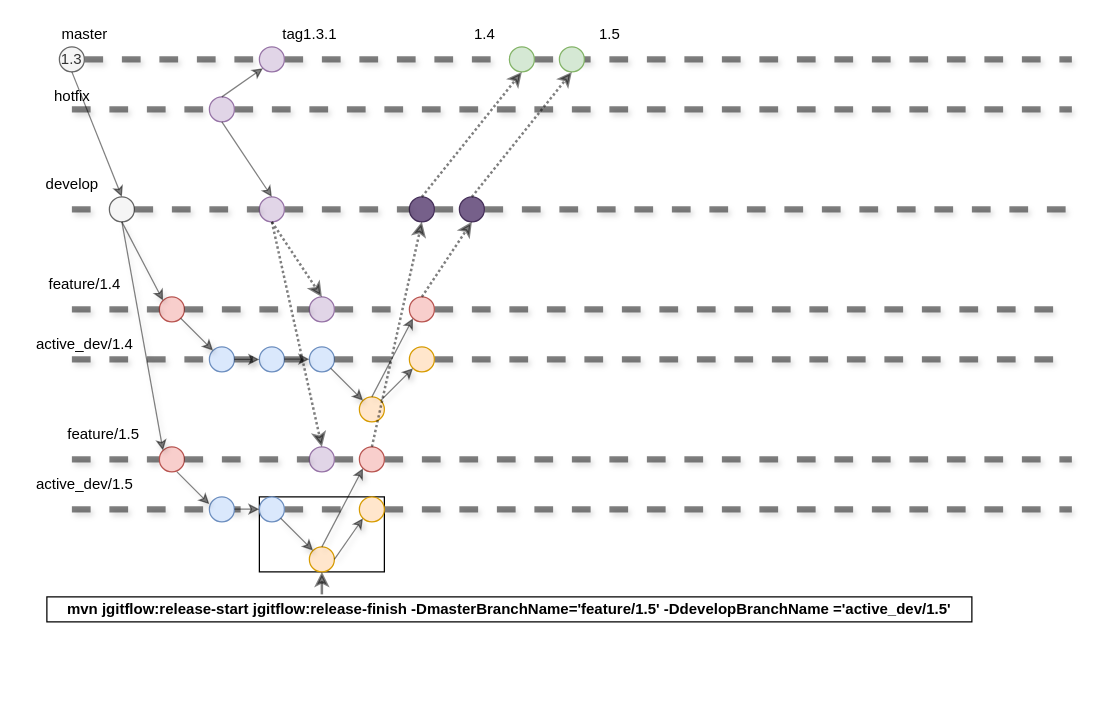
Before: page "Page-2" (2 of 2) of Untitled Diagram.drawio in anoyo-lin/domain-cdn-learning, a draw.io diagram. Source tidied: cells renumbered, new cells numbered last; positions are measured from the earlier drawing's top-left corner, leaving out a move shared by most shapes. Both pictures are drawn from the tidied source at 125%, with x=0, y=0 at pixel (28, 21).
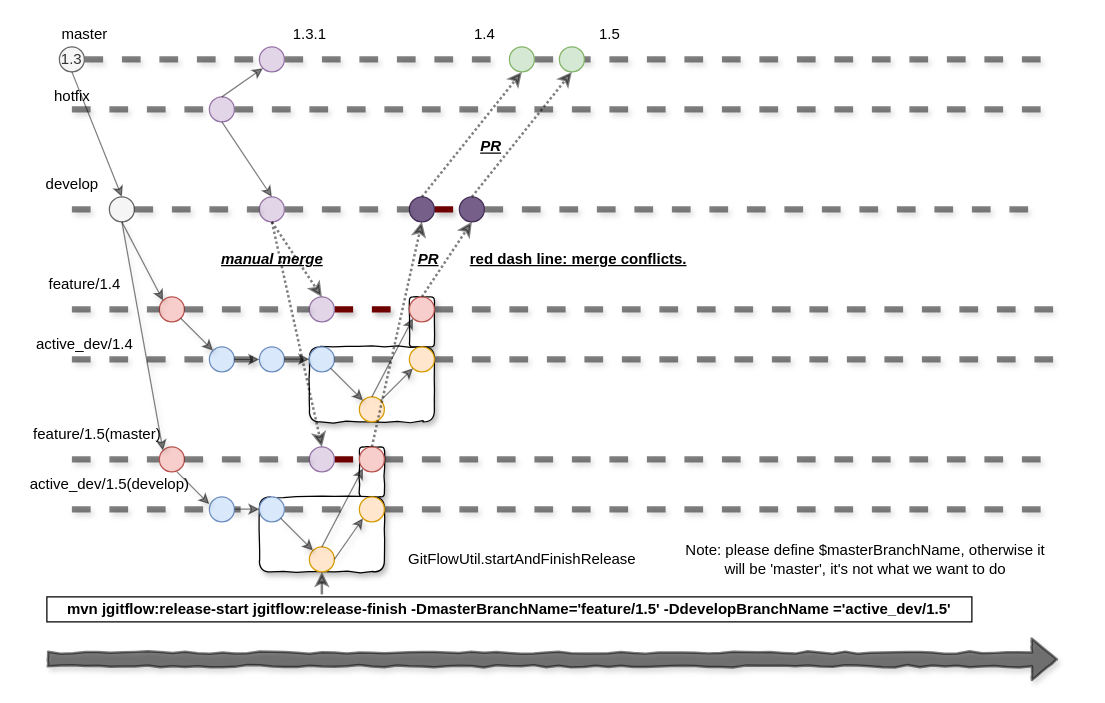
The same page after the edit.

Unchanged cells that the change refers to:
```xml
<mxCell id="30" style="ellipse;whiteSpace=wrap;html=1;fillColor=#ffe6cc;strokeColor=#d79b00;" parent="1" vertex="1">
  <mxGeometry x="265" y="380" width="20" height="20" as="geometry" />
</mxCell>
<mxCell id="31" style="ellipse;whiteSpace=wrap;html=1;fillColor=#f8cecc;strokeColor=#b85450;" parent="1" vertex="1">
  <mxGeometry x="265" y="340" width="20" height="20" as="geometry" />
</mxCell>
<mxCell id="35" style="ellipse;whiteSpace=wrap;html=1;fillColor=#f8cecc;strokeColor=#b85450;" parent="1" vertex="1">
  <mxGeometry x="305" y="220" width="20" height="20" as="geometry" />
</mxCell>
<mxCell id="37" style="ellipse;whiteSpace=wrap;html=1;fillColor=#76608a;strokeColor=#432D57;fontColor=#ffffff;" parent="1" vertex="1">
  <mxGeometry x="345" y="140" width="20" height="20" as="geometry" />
</mxCell>
<mxCell id="39" style="ellipse;whiteSpace=wrap;html=1;fillColor=#76608a;strokeColor=#432D57;fontColor=#ffffff;" parent="1" vertex="1">
  <mxGeometry x="305" y="140" width="20" height="20" as="geometry" />
</mxCell>
<mxCell id="41" style="ellipse;whiteSpace=wrap;html=1;fillColor=#d5e8d4;strokeColor=#82b366;" parent="1" vertex="1">
  <mxGeometry x="385" y="20" width="20" height="20" as="geometry" />
</mxCell>
<mxCell id="43" style="ellipse;whiteSpace=wrap;html=1;fillColor=#e1d5e7;strokeColor=#9673a6;" parent="1" vertex="1">
  <mxGeometry x="145" y="60" width="20" height="20" as="geometry" />
</mxCell>
<mxCell id="60" style="ellipse;whiteSpace=wrap;html=1;fillColor=#e1d5e7;strokeColor=#9673a6;" parent="1" vertex="1">
  <mxGeometry x="185" y="140" width="20" height="20" as="geometry" />
</mxCell>
<mxCell id="79" style="ellipse;whiteSpace=wrap;html=1;fillColor=#e1d5e7;strokeColor=#9673a6;" parent="1" vertex="1">
  <mxGeometry x="225" y="220" width="20" height="20" as="geometry" />
</mxCell>
<mxCell id="81" style="ellipse;whiteSpace=wrap;html=1;fillColor=#e1d5e7;strokeColor=#9673a6;" parent="1" vertex="1">
  <mxGeometry x="225" y="340" width="20" height="20" as="geometry" />
</mxCell>
```

What changed in the source:
```diff
@@
+    <mxCell id="89" style="group;" parent="1" vertex="1">
+      <mxGeometry x="185" y="340" width="100" height="100" as="geometry" />
+    </mxCell>
+    <mxCell id="90" style="rounded=1;whiteSpace=wrap;html=1;strokeColor=#000000;gradientColor=none;comic=1;shadow=1;" parent="89" vertex="1">
+      <mxGeometry x="80" width="20" height="40" as="geometry" />
+    </mxCell>
-    <mxCell id="2" style="rounded=0;whiteSpace=wrap;html=1;gradientColor=none;" parent="1" vertex="1">
-      <mxGeometry x="185" y="380" width="100" height="60" as="geometry" />
+    <mxCell id="2" style="rounded=1;whiteSpace=wrap;html=1;gradientColor=none;comic=1;shadow=1;" parent="89" vertex="1">
+      <mxGeometry y="40" width="100" height="60" as="geometry" />
     </mxCell>
+    <mxCell id="91" style="group;" parent="1" vertex="1">
+      <mxGeometry x="225" y="220" width="100" height="100" as="geometry" />
+    </mxCell>
+    <mxCell id="92" style="rounded=1;whiteSpace=wrap;html=1;strokeColor=#000000;gradientColor=none;comic=1;shadow=1;" parent="91" vertex="1">
+      <mxGeometry x="80" width="20" height="40" as="geometry" />
+    </mxCell>
+    <mxCell id="93" style="rounded=1;whiteSpace=wrap;html=1;gradientColor=none;comic=1;shadow=1;" parent="91" vertex="1">
+      <mxGeometry y="40" width="100" height="60" as="geometry" />
+    </mxCell>
@@
-    <mxCell id="5" style="endArrow=none;dashed=1;html=1;shadow=1;strokeWidth=5;opacity=50;" parent="1" edge="1" source="81" target="31">
+    <mxCell id="5" style="endArrow=none;dashed=1;html=1;shadow=1;strokeWidth=5;fillColor=#a20025;strokeColor=#6F0000;" parent="1" edge="1" source="81" target="31">
       <mxGeometry relative="1" as="geometry" />
     </mxCell>
     <mxCell id="6" style="endArrow=none;dashed=1;html=1;shadow=1;strokeWidth=5;opacity=50;" parent="1" edge="1" source="31">
       <mxGeometry relative="1" as="geometry">
-        <mxPoint x="835" y="350" as="targetPoint" />
+        <mxPoint x="825" y="350" as="targetPoint" />
       </mxGeometry>
     </mxCell>
     <mxCell id="7" style="endArrow=none;dashed=1;html=1;shadow=1;strokeWidth=5;opacity=50;" parent="1" edge="1" source="30">
       <mxGeometry relative="1" as="geometry">
-        <mxPoint x="835" y="390" as="targetPoint" />
+        <mxPoint x="825" y="390" as="targetPoint" />
       </mxGeometry>
     </mxCell>
@@
     <mxCell id="10" style="endArrow=none;dashed=1;html=1;shadow=1;strokeWidth=5;opacity=50;" parent="1" edge="1" source="41">
       <mxGeometry relative="1" as="geometry">
-        <mxPoint x="835" y="30" as="targetPoint" />
+        <mxPoint x="825" y="30" as="targetPoint" />
       </mxGeometry>
     </mxCell>
     <mxCell id="11" style="endArrow=none;dashed=1;html=1;shadow=1;strokeWidth=5;opacity=50;" parent="1" edge="1" source="43">
       <mxGeometry relative="1" as="geometry">
-        <mxPoint x="835" y="70" as="targetPoint" />
+        <mxPoint x="825" y="70" as="targetPoint" />
       </mxGeometry>
     </mxCell>
     <mxCell id="12" style="endArrow=none;dashed=1;html=1;shadow=1;strokeWidth=5;opacity=50;" parent="1" edge="1" source="37">
       <mxGeometry relative="1" as="geometry">
-        <mxPoint x="835" y="150" as="targetPoint" />
+        <mxPoint x="815" y="150" as="targetPoint" />
       </mxGeometry>
     </mxCell>
@@
-    <mxCell id="36" style="endArrow=none;dashed=1;html=1;shadow=1;strokeWidth=5;opacity=50;" parent="1" edge="1" source="79" target="35">
+    <mxCell id="36" style="endArrow=none;dashed=1;html=1;shadow=1;strokeWidth=5;fillColor=#a20025;strokeColor=#6F0000;" parent="1" edge="1" source="79" target="35">
       <mxGeometry relative="1" as="geometry" />
     </mxCell>
@@
-    <mxCell id="38" style="endArrow=none;dashed=1;html=1;shadow=1;strokeWidth=5;opacity=50;" parent="1" edge="1" source="39" target="37">
+    <mxCell id="38" style="endArrow=none;dashed=1;html=1;shadow=1;strokeWidth=5;fillColor=#a20025;strokeColor=#6F0000;" parent="1" edge="1" source="39" target="37">
       <mxGeometry relative="1" as="geometry" />
     </mxCell>
@@
-    <mxCell id="40" style="endArrow=none;dashed=1;html=1;shadow=1;strokeWidth=5;opacity=50;" parent="1" edge="1" source="60" target="39">
+    <mxCell id="40" style="endArrow=none;dashed=1;html=1;shadow=1;strokeWidth=5;fillColor=#a20025;strokeColor=#000000;opacity=50;" parent="1" edge="1" source="60" target="39">
       <mxGeometry relative="1" as="geometry" />
     </mxCell>
@@
-    <mxCell id="71" value="feature/1.5" style="text;html=1;align=center;verticalAlign=middle;" parent="1" vertex="1">
-      <mxGeometry x="25" y="320" width="70" height="20" as="geometry" />
+    <mxCell id="71" value="feature/1.5(master)" style="text;html=1;align=center;verticalAlign=middle;" parent="1" vertex="1">
+      <mxGeometry x="-5" y="320" width="120" height="20" as="geometry" />
     </mxCell>
-    <mxCell id="72" value="active_dev/1.5" style="text;html=1;align=center;verticalAlign=middle;" parent="1" vertex="1">
-      <mxGeometry y="360" width="90" height="20" as="geometry" />
+    <mxCell id="72" value="active_dev/1.5(develop)" style="text;html=1;align=center;verticalAlign=middle;" parent="1" vertex="1">
+      <mxGeometry x="-5" y="360" width="140" height="20" as="geometry" />
     </mxCell>
@@
-    <mxCell id="78" value="tag1.3.1" style="text;html=1;align=center;verticalAlign=middle;" parent="1" vertex="1">
-      <mxGeometry x="195" width="60" height="20" as="geometry" />
+    <mxCell id="78" value="1.3.1" style="text;html=1;align=center;verticalAlign=middle;" parent="1" vertex="1">
+      <mxGeometry x="205" width="40" height="20" as="geometry" />
     </mxCell>
@@
+    <mxCell id="94" value="manual merge" style="text;html=1;align=center;verticalAlign=middle;fontStyle=7;" parent="1" vertex="1">
+      <mxGeometry x="145" y="180" width="100" height="20" as="geometry" />
+    </mxCell>
+    <mxCell id="95" value="PR" style="text;html=1;align=center;verticalAlign=middle;fontStyle=7;" parent="1" vertex="1">
+      <mxGeometry x="355" y="90" width="30" height="20" as="geometry" />
+    </mxCell>
+    <mxCell id="96" value="PR" style="text;html=1;align=center;verticalAlign=middle;fontStyle=7;" parent="1" vertex="1">
+      <mxGeometry x="305" y="180" width="30" height="20" as="geometry" />
+    </mxCell>
+    <mxCell id="97" style="shape=flexArrow;endArrow=classic;html=1;shadow=1;strokeColor=#000000;strokeWidth=2;labelBackgroundColor=#000000;textOpacity=50;labelBorderColor=#000000;fillColor=#000000;comic=1;opacity=50;" parent="1" edge="1">
+      <mxGeometry relative="1" as="geometry">
+        <mxPoint x="15" y="510" as="sourcePoint" />
+        <mxPoint x="824" y="510" as="targetPoint" />
+      </mxGeometry>
+    </mxCell>
+    <mxCell id="98" value="red dash line: merge conflicts." style="text;html=1;align=center;verticalAlign=middle;fontStyle=5;" parent="1" vertex="1">
+      <mxGeometry x="345" y="180" width="190" height="20" as="geometry" />
+    </mxCell>
+    <mxCell id="99" value="GitFlowUtil.startAndFinishRelease" style="text;html=1;align=center;verticalAlign=middle;" parent="1" vertex="1">
+      <mxGeometry x="295" y="420" width="200" height="20" as="geometry" />
+    </mxCell>
+    <mxCell id="100" value="Note: please define $masterBranchName, otherwise it will be 'master', it's not what we want to do" style="text;html=1;strokeColor=none;fillColor=none;align=center;verticalAlign=middle;whiteSpace=wrap;rounded=0;" parent="1" vertex="1">
+      <mxGeometry x="525" y="420" width="290" height="20" as="geometry" />
+    </mxCell>
```
